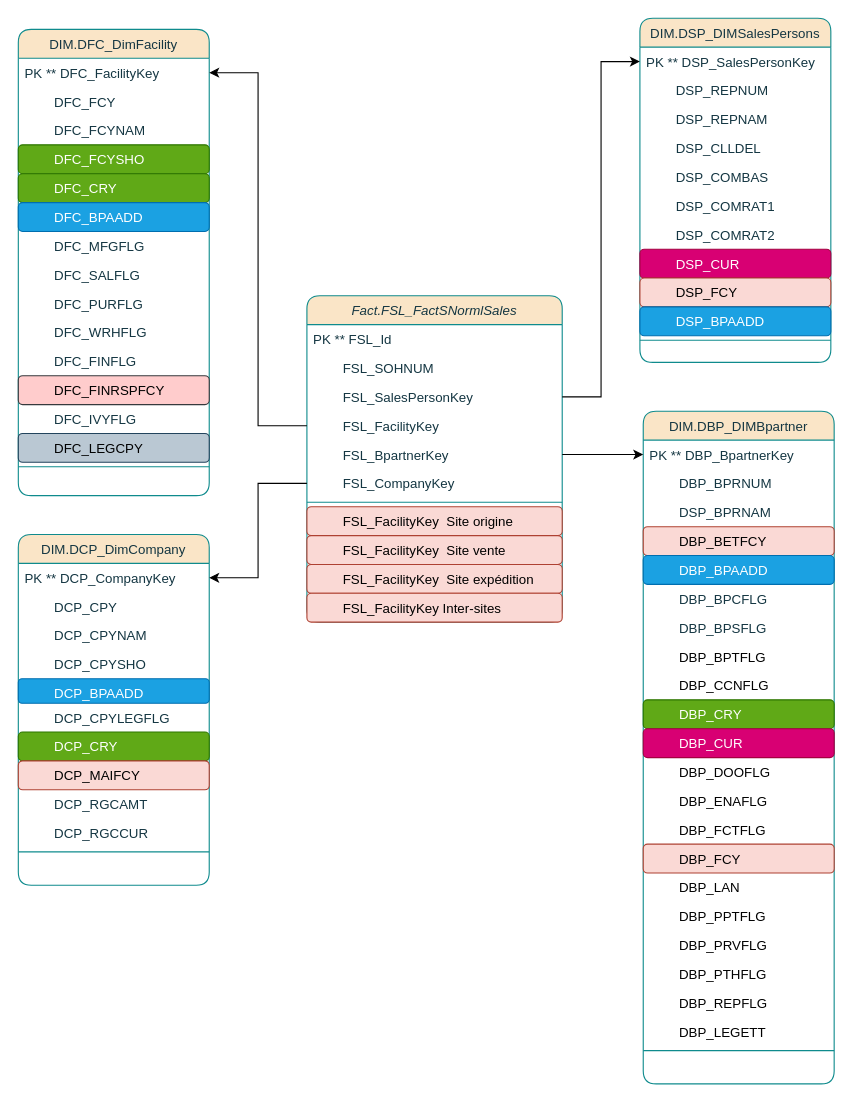
Earlier version of the draw.io diagram Diagramme de classe.drawio (BorchaniMohamed/BI_PROJECT_PFE). Source tidied: cells renumbered, new cells numbered last; positions are measured from the earlier drawing's top-left corner, leaving out a move shared by most shapes. Both pictures are drawn from the tidied source at 111%, with x=0, y=0 at pixel (18, 18).
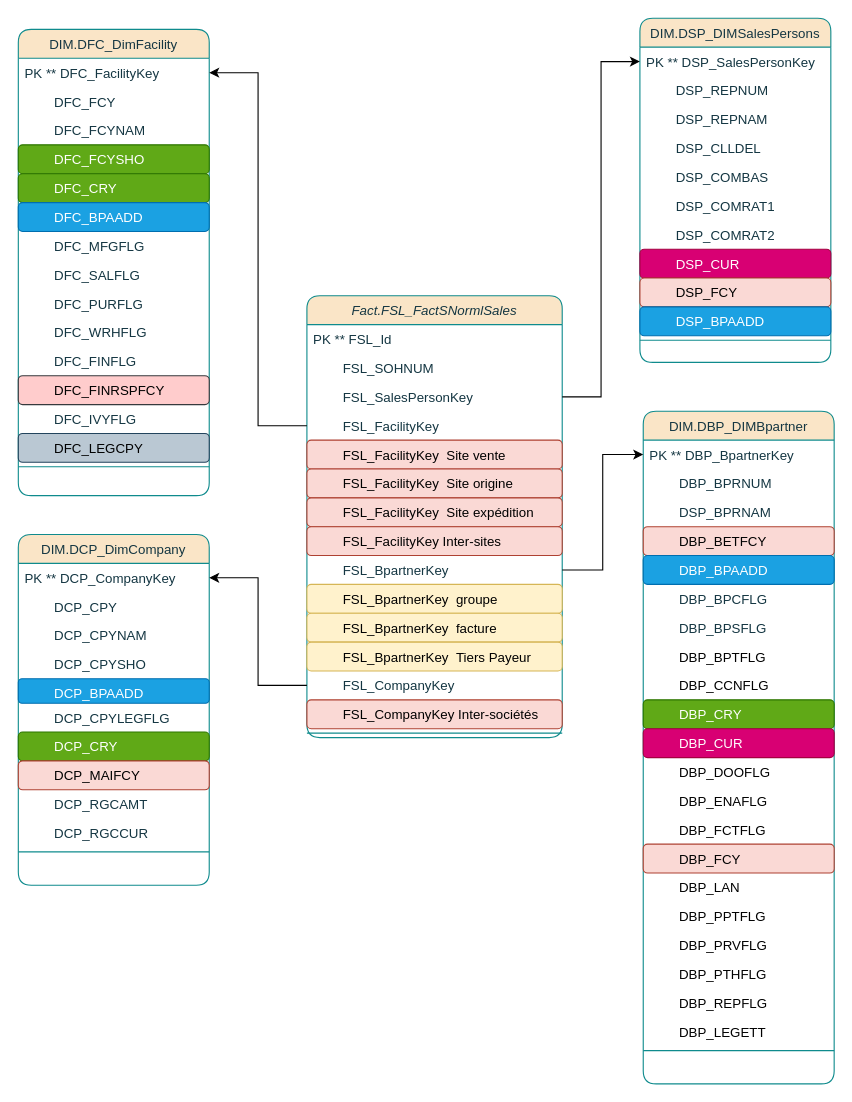
After the change.

Commit message:
Mettre à jour Diagramme de classe.drawio

Diff of the diagram source:
```diff
@@
     <mxCell id="2" value="Fact.FSL_FactSNormlSales" style="swimlane;fontStyle=2;align=center;verticalAlign=top;horizontal=1;startSize=26;rounded=1;shadow=0;strokeWidth=1;labelBackgroundColor=none;fillColor=#FAE5C7;strokeColor=#0F8B8D;fontColor=#143642;" parent="1" vertex="1">
-      <mxGeometry x="260" y="250" width="230" height="294" as="geometry" />
+      <mxGeometry x="260" y="250" width="230" height="398" as="geometry" />
     </mxCell>
@@
-    <mxCell id="7" value="        FSL_BpartnerKey" style="text;align=left;verticalAlign=top;spacingLeft=4;spacingRight=4;overflow=hidden;points=[[0,0.5],[1,0.5]];portConstraint=eastwest;rounded=1;shadow=0;html=0;labelBackgroundColor=none;fontColor=#143642;" parent="2" vertex="1">
-      <mxGeometry y="130" width="230" height="26" as="geometry" />
-    </mxCell>
-    <mxCell id="8" value="        FSL_CompanyKey" style="text;align=left;verticalAlign=top;spacingLeft=4;spacingRight=4;overflow=hidden;points=[[0,0.5],[1,0.5]];portConstraint=eastwest;rounded=1;shadow=0;html=0;labelBackgroundColor=none;fontColor=#143642;" parent="2" vertex="1">
-      <mxGeometry y="156" width="230" height="26" as="geometry" />
-    </mxCell>
-    <mxCell id="9" style="line;html=1;strokeWidth=1;align=left;verticalAlign=middle;spacingTop=-1;spacingLeft=3;spacingRight=3;labelPosition=right;labelBackgroundColor=none;fillColor=#FAE5C7;strokeColor=#0F8B8D;fontColor=#143642;rounded=1;" parent="2" vertex="1">
-      <mxGeometry y="182" width="230" height="8" as="geometry" />
-    </mxCell>
+    <mxCell id="11" value="        FSL_FacilityKey  Site vente " style="text;align=left;verticalAlign=top;spacingLeft=4;spacingRight=4;overflow=hidden;rounded=1;shadow=0;html=0;labelBackgroundColor=none;fillColor=#fad9d5;strokeColor=#ae4132;" parent="2" vertex="1">
+      <mxGeometry y="130" width="230" height="26" as="geometry" />
+    </mxCell>
     <mxCell id="10" value="        FSL_FacilityKey  Site origine " style="text;align=left;verticalAlign=top;spacingLeft=4;spacingRight=4;overflow=hidden;rounded=1;shadow=0;html=0;labelBackgroundColor=none;fillColor=#fad9d5;strokeColor=#ae4132;" parent="2" vertex="1">
-      <mxGeometry y="190" width="230" height="26" as="geometry" />
+      <mxGeometry y="156" width="230" height="26" as="geometry" />
     </mxCell>
-    <mxCell id="11" value="        FSL_FacilityKey  Site vente " style="text;align=left;verticalAlign=top;spacingLeft=4;spacingRight=4;overflow=hidden;rounded=1;shadow=0;html=0;labelBackgroundColor=none;fillColor=#fad9d5;strokeColor=#ae4132;" parent="2" vertex="1">
-      <mxGeometry y="216" width="230" height="26" as="geometry" />
-    </mxCell>
     <mxCell id="12" value="        FSL_FacilityKey  Site expédition " style="text;align=left;verticalAlign=top;spacingLeft=4;spacingRight=4;overflow=hidden;rounded=1;shadow=0;html=0;labelBackgroundColor=none;fillColor=#fad9d5;strokeColor=#ae4132;" parent="2" vertex="1">
-      <mxGeometry y="242" width="230" height="26" as="geometry" />
+      <mxGeometry y="182" width="230" height="26" as="geometry" />
     </mxCell>
     <mxCell id="13" value="        FSL_FacilityKey Inter-sites " style="text;align=left;verticalAlign=top;spacingLeft=4;spacingRight=4;overflow=hidden;rounded=1;shadow=0;html=0;labelBackgroundColor=none;fillColor=#fad9d5;strokeColor=#ae4132;" parent="2" vertex="1">
-      <mxGeometry y="268" width="230" height="26" as="geometry" />
+      <mxGeometry y="208" width="230" height="26" as="geometry" />
     </mxCell>
+    <mxCell id="7" value="        FSL_BpartnerKey" style="text;align=left;verticalAlign=top;spacingLeft=4;spacingRight=4;overflow=hidden;points=[[0,0.5],[1,0.5]];portConstraint=eastwest;rounded=1;shadow=0;html=0;labelBackgroundColor=none;fontColor=#143642;" parent="2" vertex="1">
+      <mxGeometry y="234" width="230" height="26" as="geometry" />
+    </mxCell>
+    <mxCell id="81" value="        FSL_BpartnerKey  groupe" style="text;align=left;verticalAlign=top;spacingLeft=4;spacingRight=4;overflow=hidden;rounded=1;shadow=0;html=0;labelBackgroundColor=none;fillColor=#fff2cc;strokeColor=#d6b656;" parent="2" vertex="1">
+      <mxGeometry y="260" width="230" height="26" as="geometry" />
+    </mxCell>
+    <mxCell id="82" value="        FSL_BpartnerKey  facture " style="text;align=left;verticalAlign=top;spacingLeft=4;spacingRight=4;overflow=hidden;rounded=1;shadow=0;html=0;labelBackgroundColor=none;fillColor=#fff2cc;strokeColor=#d6b656;" parent="2" vertex="1">
+      <mxGeometry y="286" width="230" height="26" as="geometry" />
+    </mxCell>
+    <mxCell id="83" value="        FSL_BpartnerKey  Tiers Payeur " style="text;align=left;verticalAlign=top;spacingLeft=4;spacingRight=4;overflow=hidden;rounded=1;shadow=0;html=0;labelBackgroundColor=none;fillColor=#fff2cc;strokeColor=#d6b656;" parent="2" vertex="1">
+      <mxGeometry y="312" width="230" height="26" as="geometry" />
+    </mxCell>
+    <mxCell id="8" value="        FSL_CompanyKey" style="text;align=left;verticalAlign=top;spacingLeft=4;spacingRight=4;overflow=hidden;points=[[0,0.5],[1,0.5]];portConstraint=eastwest;rounded=1;shadow=0;html=0;labelBackgroundColor=none;fontColor=#143642;" parent="2" vertex="1">
+      <mxGeometry y="338" width="230" height="26" as="geometry" />
+    </mxCell>
+    <mxCell id="84" value="        FSL_CompanyKey Inter-sociétés" style="text;align=left;verticalAlign=top;spacingLeft=4;spacingRight=4;overflow=hidden;rounded=1;shadow=0;html=0;labelBackgroundColor=none;fillColor=#fad9d5;strokeColor=#ae4132;" parent="2" vertex="1">
+      <mxGeometry y="364" width="230" height="26" as="geometry" />
+    </mxCell>
+    <mxCell id="9" style="line;html=1;strokeWidth=1;align=left;verticalAlign=middle;spacingTop=-1;spacingLeft=3;spacingRight=3;labelPosition=right;labelBackgroundColor=none;fillColor=#FAE5C7;strokeColor=#0F8B8D;fontColor=#143642;rounded=1;" parent="2" vertex="1">
+      <mxGeometry y="390" width="230" height="8" as="geometry" />
+    </mxCell>
```
